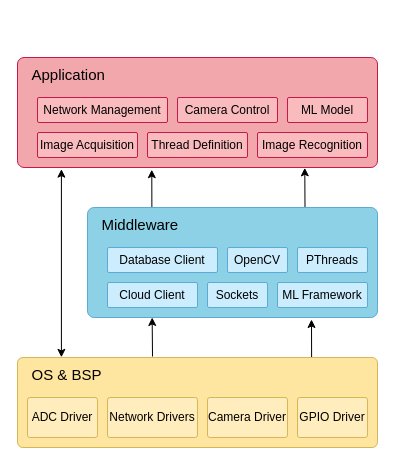
Above: 2. Analysis/4. Software Architecture/software_architecture_comp_unit.drawio in esrg-silent-howl/argos (draw.io), before the change. Source tidied: cells renumbered, new cells numbered last; positions are measured from the earlier drawing's top-left corner, leaving out a move shared by most shapes. Both pictures are drawn from the tidied source at 100%, with x=0, y=0 at pixel (17, 57).
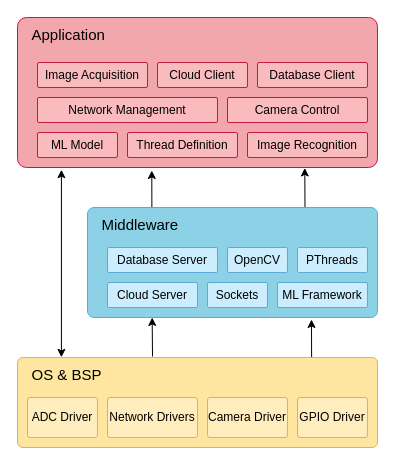
After the change.

Commit message (it also covers changes not shown here):
FIX: Reviewed Software Architecture Diagrams

The edit, as a diff of the source:
```diff
@@
     <mxCell id="2" value="&amp;nbsp; &amp;nbsp;Application" style="rounded=1;whiteSpace=wrap;html=1;align=left;verticalAlign=top;arcSize=6;fontSize=15;spacingTop=2;fillColor=#F2A7AC;strokeColor=#C41949;" parent="1" vertex="1">
-      <mxGeometry width="360" height="110" as="geometry" />
+      <mxGeometry y="-40" width="360" height="150" as="geometry" />
     </mxCell>
@@
     <mxCell id="10" value="Image Recognition" style="rounded=1;whiteSpace=wrap;html=1;align=center;verticalAlign=middle;arcSize=6;strokeColor=#C41949;fillColor=#FABBBE;" parent="1" vertex="1">
-      <mxGeometry x="240" y="75" width="110" height="25" as="geometry" />
+      <mxGeometry x="230" y="75" width="120" height="25" as="geometry" />
     </mxCell>
     <mxCell id="11" value="Thread Definition" style="rounded=1;whiteSpace=wrap;html=1;align=center;verticalAlign=middle;arcSize=6;strokeColor=#C41949;fillColor=#FABBBE;" parent="1" vertex="1">
-      <mxGeometry x="130" y="75" width="100" height="25" as="geometry" />
+      <mxGeometry x="110" y="75" width="110" height="25" as="geometry" />
     </mxCell>
-    <mxCell id="12" value="Database Client" style="rounded=1;whiteSpace=wrap;html=1;align=center;verticalAlign=middle;arcSize=6;strokeColor=#5EAAD6;fillColor=#CBEDFE;" parent="1" vertex="1">
+    <mxCell id="12" value="Database Server" style="rounded=1;whiteSpace=wrap;html=1;align=center;verticalAlign=middle;arcSize=6;strokeColor=#5EAAD6;fillColor=#CBEDFE;" parent="1" vertex="1">
       <mxGeometry x="90" y="190" width="110" height="25" as="geometry" />
     </mxCell>
@@
     <mxCell id="20" value="Image Acquisition" style="rounded=1;whiteSpace=wrap;html=1;align=center;verticalAlign=middle;arcSize=6;strokeColor=#C41949;fillColor=#FABBBE;" parent="1" vertex="1">
-      <mxGeometry x="20" y="75" width="100" height="25" as="geometry" />
+      <mxGeometry x="20" y="5" width="110" height="25" as="geometry" />
     </mxCell>
     <mxCell id="21" value="Camera Control" style="rounded=1;whiteSpace=wrap;html=1;align=center;verticalAlign=middle;arcSize=6;strokeColor=#C41949;fillColor=#FABBBE;" parent="1" vertex="1">
-      <mxGeometry x="160" y="40" width="100" height="25" as="geometry" />
+      <mxGeometry x="210" y="40" width="140" height="25" as="geometry" />
     </mxCell>
     <mxCell id="22" value="Network Management" style="rounded=1;whiteSpace=wrap;html=1;align=center;verticalAlign=middle;arcSize=6;strokeColor=#C41949;fillColor=#FABBBE;" parent="1" vertex="1">
-      <mxGeometry x="20" y="40" width="130" height="25" as="geometry" />
+      <mxGeometry x="20" y="40" width="180" height="25" as="geometry" />
     </mxCell>
     <mxCell id="23" value="ML Model" style="rounded=1;whiteSpace=wrap;html=1;align=center;verticalAlign=middle;arcSize=6;strokeColor=#C41949;fillColor=#FABBBE;" parent="1" vertex="1">
-      <mxGeometry x="270" y="40" width="80" height="25" as="geometry" />
+      <mxGeometry x="20" y="75" width="80" height="25" as="geometry" />
     </mxCell>
@@
-    <mxCell id="25" value="Cloud Client" style="rounded=1;whiteSpace=wrap;html=1;align=center;verticalAlign=middle;arcSize=6;strokeColor=#5EAAD6;fillColor=#CBEDFE;" parent="1" vertex="1">
+    <mxCell id="25" value="Cloud Server" style="rounded=1;whiteSpace=wrap;html=1;align=center;verticalAlign=middle;arcSize=6;strokeColor=#5EAAD6;fillColor=#CBEDFE;" parent="1" vertex="1">
       <mxGeometry x="90" y="225" width="90" height="25" as="geometry" />
     </mxCell>
+    <mxCell id="26" value="Database Client" style="rounded=1;whiteSpace=wrap;html=1;align=center;verticalAlign=middle;arcSize=6;strokeColor=#C41949;fillColor=#FABBBE;" parent="1" vertex="1">
+      <mxGeometry x="240" y="5" width="110" height="25" as="geometry" />
+    </mxCell>
+    <mxCell id="27" value="Cloud Client" style="rounded=1;whiteSpace=wrap;html=1;align=center;verticalAlign=middle;arcSize=6;strokeColor=#C41949;fillColor=#FABBBE;" parent="1" vertex="1">
+      <mxGeometry x="140" y="5" width="90" height="25" as="geometry" />
+    </mxCell>
```
